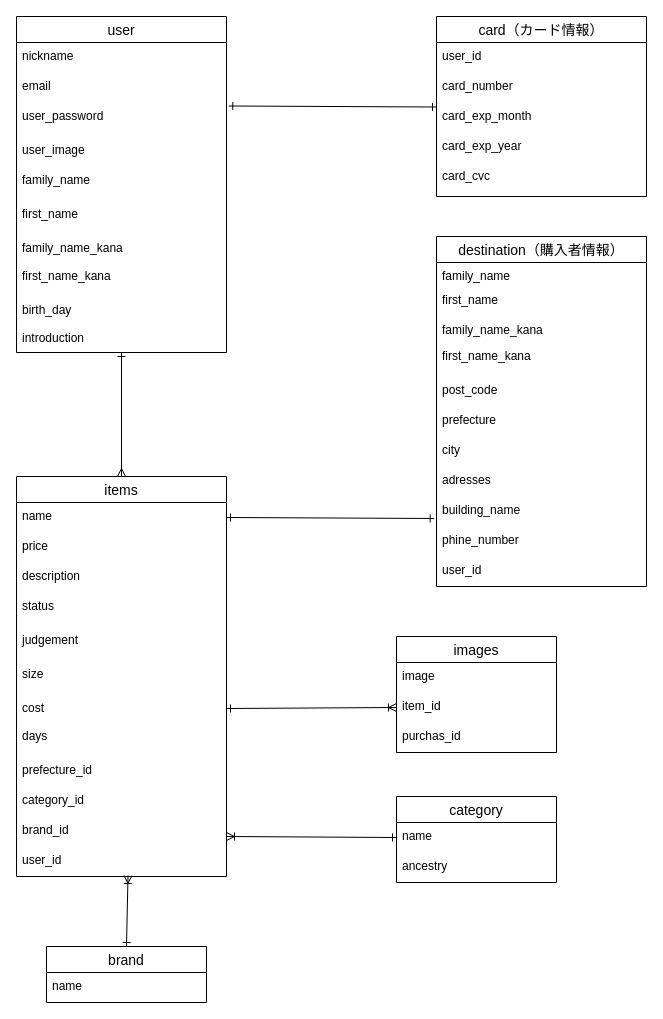
Before: furima.dio in nono2chan/furima-39100, a draw.io diagram. Source tidied: cells renumbered, new cells numbered last; positions are measured from the earlier drawing's top-left corner, leaving out a move shared by most shapes. Both pictures are drawn from the tidied source at 100%, with x=0, y=0 at pixel (16, 16).
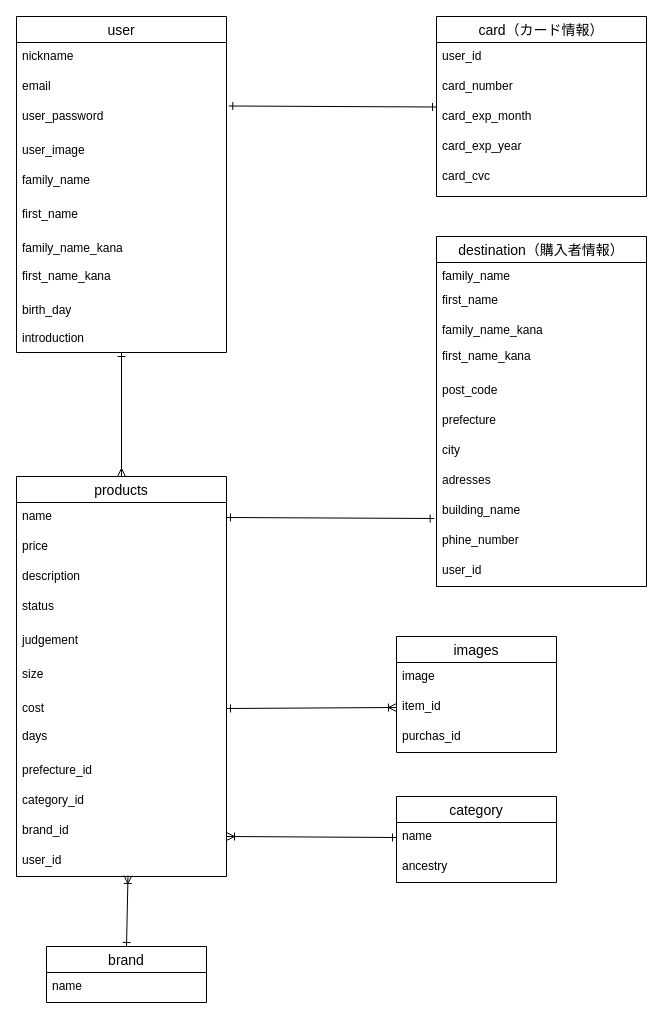
The same diagram, later.

Diff of the diagram source:
```diff
@@
-    <mxCell id="18" value="items" style="swimlane;fontStyle=0;horizontal=1;startSize=26;align=center;fontSize=14;" parent="1" vertex="1">
+    <mxCell id="18" value="products" style="swimlane;fontStyle=0;horizontal=1;startSize=26;align=center;fontSize=14;" parent="1" vertex="1">
       <mxGeometry y="460" width="210" height="400" as="geometry" />
     </mxCell>
```
